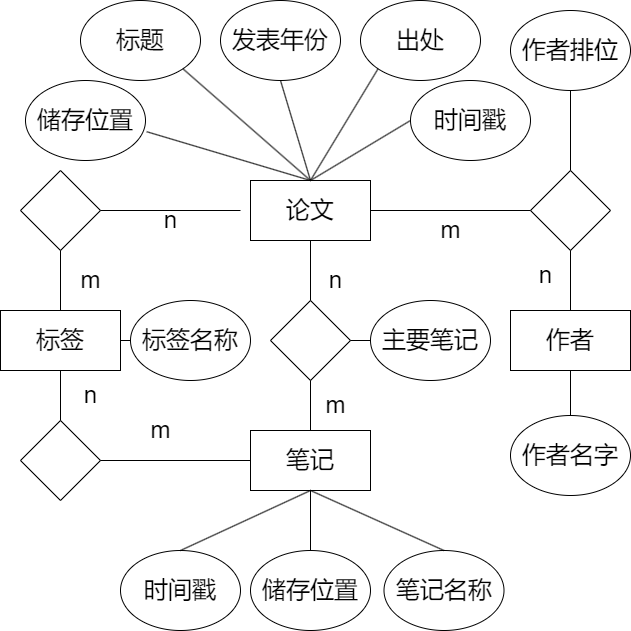
Jerrister/CS3321_LIME_Project keeps this draw.io diagram as documents/picture/RE.png. Above is the earlier version. Source tidied: cells renumbered, new cells last; positions are measured from the earlier drawing's top-left corner, leaving out a move shared by most shapes. Its diagram source:
```xml
<mxGraphModel>
  <root>
    <mxCell id="0" />
    <mxCell id="1" parent="0" />
    <mxCell id="2" value="&lt;font style=&quot;font-size: 24px;&quot;&gt;论文&lt;/font&gt;" style="whiteSpace=wrap;html=1;" parent="1" vertex="1">
      <mxGeometry x="250" y="180" width="120" height="60" as="geometry" />
    </mxCell>
    <mxCell id="3" style="rhombus;whiteSpace=wrap;html=1;" parent="1" vertex="1">
      <mxGeometry x="270" y="300" width="80" height="80" as="geometry" />
    </mxCell>
    <mxCell id="4" value="&lt;font style=&quot;font-size: 24px;&quot;&gt;n&lt;/font&gt;" style="text;html=1;align=center;verticalAlign=middle;strokeColor=none;fillColor=none;" parent="1" vertex="1">
      <mxGeometry x="315" y="260" width="40" height="40" as="geometry" />
    </mxCell>
    <mxCell id="5" style="endArrow=none;html=1;entryX=0.5;entryY=1;entryDx=0;entryDy=0;exitX=0.5;exitY=0;exitDx=0;exitDy=0;" parent="1" edge="1" source="3" target="2">
      <mxGeometry relative="1" as="geometry" />
    </mxCell>
    <mxCell id="6" value="&lt;font style=&quot;font-size: 24px;&quot;&gt;标题&lt;/font&gt;" style="ellipse;whiteSpace=wrap;html=1;" parent="1" vertex="1">
      <mxGeometry x="80" width="120" height="80" as="geometry" />
    </mxCell>
    <mxCell id="7" value="&lt;font style=&quot;font-size: 24px;&quot;&gt;发表年份&lt;/font&gt;" style="ellipse;whiteSpace=wrap;html=1;" parent="1" vertex="1">
      <mxGeometry x="220" width="120" height="80" as="geometry" />
    </mxCell>
    <mxCell id="8" value="&lt;font style=&quot;font-size: 24px;&quot;&gt;出处&lt;/font&gt;" style="ellipse;whiteSpace=wrap;html=1;" parent="1" vertex="1">
      <mxGeometry x="360" width="120" height="80" as="geometry" />
    </mxCell>
    <mxCell id="9" value="&lt;font style=&quot;font-size: 24px;&quot;&gt;储存位置&lt;/font&gt;" style="ellipse;whiteSpace=wrap;html=1;" parent="1" vertex="1">
      <mxGeometry x="25" y="80" width="120" height="80" as="geometry" />
    </mxCell>
    <mxCell id="10" style="endArrow=none;html=1;entryX=0.5;entryY=1;entryDx=0;entryDy=0;exitX=0.5;exitY=0;exitDx=0;exitDy=0;" parent="1" edge="1" source="11" target="3">
      <mxGeometry relative="1" as="geometry" />
    </mxCell>
    <mxCell id="11" value="&lt;font style=&quot;font-size: 24px;&quot;&gt;笔记&lt;/font&gt;" style="whiteSpace=wrap;html=1;" parent="1" vertex="1">
      <mxGeometry x="250" y="430" width="120" height="60" as="geometry" />
    </mxCell>
    <mxCell id="12" value="&lt;font style=&quot;font-size: 24px;&quot;&gt;时间戳&lt;/font&gt;" style="ellipse;whiteSpace=wrap;html=1;" parent="1" vertex="1">
      <mxGeometry x="120" y="550" width="120" height="80" as="geometry" />
    </mxCell>
    <mxCell id="13" value="&lt;font style=&quot;font-size: 24px;&quot;&gt;作者&lt;/font&gt;" style="whiteSpace=wrap;html=1;" parent="1" vertex="1">
      <mxGeometry x="510" y="310" width="120" height="60" as="geometry" />
    </mxCell>
    <mxCell id="14" style="rhombus;whiteSpace=wrap;html=1;" parent="1" vertex="1">
      <mxGeometry x="530" y="170" width="80" height="80" as="geometry" />
    </mxCell>
    <mxCell id="15" style="endArrow=none;html=1;exitX=1;exitY=0.5;exitDx=0;exitDy=0;entryX=0;entryY=0.5;entryDx=0;entryDy=0;" parent="1" edge="1" source="2" target="14">
      <mxGeometry relative="1" as="geometry" />
    </mxCell>
    <mxCell id="16" style="endArrow=none;html=1;exitX=0.5;exitY=1;exitDx=0;exitDy=0;entryX=0.5;entryY=0;entryDx=0;entryDy=0;" parent="1" edge="1" source="14" target="13">
      <mxGeometry relative="1" as="geometry" />
    </mxCell>
    <mxCell id="17" style="endArrow=none;html=1;entryX=0.5;entryY=0;entryDx=0;entryDy=0;exitX=0.5;exitY=1;exitDx=0;exitDy=0;" parent="1" edge="1" source="47" target="14">
      <mxGeometry relative="1" as="geometry" />
    </mxCell>
    <mxCell id="18" value="&lt;font style=&quot;font-size: 24px;&quot;&gt;标签&lt;/font&gt;" style="whiteSpace=wrap;html=1;" parent="1" vertex="1">
      <mxGeometry y="310" width="120" height="60" as="geometry" />
    </mxCell>
    <mxCell id="19" style="rhombus;whiteSpace=wrap;html=1;" parent="1" vertex="1">
      <mxGeometry x="20" y="170" width="80" height="80" as="geometry" />
    </mxCell>
    <mxCell id="20" style="endArrow=none;html=1;exitX=1;exitY=0.5;exitDx=0;exitDy=0;entryX=0;entryY=0.5;entryDx=0;entryDy=0;" parent="1" edge="1" source="19">
      <mxGeometry relative="1" as="geometry">
        <mxPoint x="240" y="210" as="targetPoint" />
      </mxGeometry>
    </mxCell>
    <mxCell id="21" style="endArrow=none;html=1;exitX=0.5;exitY=0;exitDx=0;exitDy=0;entryX=0.5;entryY=1;entryDx=0;entryDy=0;" parent="1" edge="1" source="18" target="19">
      <mxGeometry relative="1" as="geometry" />
    </mxCell>
    <mxCell id="22" style="rhombus;whiteSpace=wrap;html=1;" parent="1" vertex="1">
      <mxGeometry x="20" y="420" width="80" height="80" as="geometry" />
    </mxCell>
    <mxCell id="23" value="&lt;font style=&quot;font-size: 24px;&quot;&gt;m&lt;/font&gt;" style="text;html=1;align=center;verticalAlign=middle;strokeColor=none;fillColor=none;" parent="1" vertex="1">
      <mxGeometry x="315" y="385" width="40" height="40" as="geometry" />
    </mxCell>
    <mxCell id="24" style="endArrow=none;html=1;entryX=1;entryY=0.5;entryDx=0;entryDy=0;exitX=0;exitY=0.5;exitDx=0;exitDy=0;" parent="1" edge="1" source="11" target="22">
      <mxGeometry relative="1" as="geometry" />
    </mxCell>
    <mxCell id="25" value="&lt;font style=&quot;font-size: 24px;&quot;&gt;n&lt;/font&gt;" style="text;html=1;align=center;verticalAlign=middle;strokeColor=none;fillColor=none;" parent="1" vertex="1">
      <mxGeometry x="525" y="255" width="40" height="40" as="geometry" />
    </mxCell>
    <mxCell id="26" style="endArrow=none;html=1;exitX=1;exitY=0.5;exitDx=0;exitDy=0;entryX=0;entryY=0.5;entryDx=0;entryDy=0;" parent="1" edge="1" source="3" target="46">
      <mxGeometry relative="1" as="geometry" />
    </mxCell>
    <mxCell id="27" style="endArrow=none;html=1;entryX=1;entryY=1;entryDx=0;entryDy=0;exitX=0.5;exitY=0;exitDx=0;exitDy=0;" parent="1" edge="1" source="2" target="6">
      <mxGeometry relative="1" as="geometry" />
    </mxCell>
    <mxCell id="28" style="endArrow=none;html=1;entryX=0.5;entryY=1;entryDx=0;entryDy=0;" parent="1" edge="1" target="7">
      <mxGeometry relative="1" as="geometry">
        <mxPoint x="310" y="180" as="sourcePoint" />
      </mxGeometry>
    </mxCell>
    <mxCell id="29" style="endArrow=none;html=1;entryX=0;entryY=1;entryDx=0;entryDy=0;exitX=0.5;exitY=0;exitDx=0;exitDy=0;" parent="1" edge="1" source="2" target="8">
      <mxGeometry relative="1" as="geometry" />
    </mxCell>
    <mxCell id="30" style="endArrow=none;html=1;entryX=1.01;entryY=0.64;entryDx=0;entryDy=0;entryPerimeter=0;" parent="1" edge="1" target="9">
      <mxGeometry relative="1" as="geometry">
        <mxPoint x="310" y="180" as="sourcePoint" />
      </mxGeometry>
    </mxCell>
    <mxCell id="31" value="&lt;font style=&quot;font-size: 24px;&quot;&gt;储存位置&lt;/font&gt;" style="ellipse;whiteSpace=wrap;html=1;" parent="1" vertex="1">
      <mxGeometry x="250" y="550" width="120" height="80" as="geometry" />
    </mxCell>
    <mxCell id="32" style="endArrow=none;html=1;exitX=0.5;exitY=0;exitDx=0;exitDy=0;" parent="1" edge="1" source="12">
      <mxGeometry relative="1" as="geometry">
        <mxPoint x="310" y="490" as="targetPoint" />
      </mxGeometry>
    </mxCell>
    <mxCell id="33" style="endArrow=none;html=1;exitX=0.5;exitY=0;exitDx=0;exitDy=0;entryX=0.5;entryY=1;entryDx=0;entryDy=0;" parent="1" edge="1" source="31" target="11">
      <mxGeometry relative="1" as="geometry" />
    </mxCell>
    <mxCell id="34" value="&lt;font style=&quot;font-size: 24px;&quot;&gt;n&lt;/font&gt;" style="text;html=1;align=center;verticalAlign=middle;strokeColor=none;fillColor=none;" parent="1" vertex="1">
      <mxGeometry x="150" y="200" width="40" height="40" as="geometry" />
    </mxCell>
    <mxCell id="35" value="&lt;font style=&quot;font-size: 24px;&quot;&gt;m&lt;/font&gt;" style="text;html=1;align=center;verticalAlign=middle;strokeColor=none;fillColor=none;" parent="1" vertex="1">
      <mxGeometry x="70" y="260" width="40" height="40" as="geometry" />
    </mxCell>
    <mxCell id="36" value="&lt;font style=&quot;font-size: 24px;&quot;&gt;m&lt;/font&gt;" style="text;html=1;align=center;verticalAlign=middle;strokeColor=none;fillColor=none;" parent="1" vertex="1">
      <mxGeometry x="430" y="210" width="40" height="40" as="geometry" />
    </mxCell>
    <mxCell id="37" value="&lt;font style=&quot;font-size: 24px;&quot;&gt;标签名称&lt;/font&gt;" style="ellipse;whiteSpace=wrap;html=1;" parent="1" vertex="1">
      <mxGeometry x="130" y="300" width="120" height="80" as="geometry" />
    </mxCell>
    <mxCell id="38" value="&lt;font style=&quot;font-size: 24px;&quot;&gt;n&lt;/font&gt;" style="text;html=1;align=center;verticalAlign=middle;strokeColor=none;fillColor=none;" parent="1" vertex="1">
      <mxGeometry x="70" y="375" width="40" height="40" as="geometry" />
    </mxCell>
    <mxCell id="39" value="&lt;font style=&quot;font-size: 24px;&quot;&gt;m&lt;/font&gt;" style="text;html=1;align=center;verticalAlign=middle;strokeColor=none;fillColor=none;" parent="1" vertex="1">
      <mxGeometry x="140" y="410" width="40" height="40" as="geometry" />
    </mxCell>
    <mxCell id="40" value="&lt;font style=&quot;font-size: 24px;&quot;&gt;作者名字&lt;/font&gt;" style="ellipse;whiteSpace=wrap;html=1;" parent="1" vertex="1">
      <mxGeometry x="510" y="415" width="120" height="80" as="geometry" />
    </mxCell>
    <mxCell id="41" style="endArrow=none;html=1;entryX=0.5;entryY=0;entryDx=0;entryDy=0;exitX=0.5;exitY=1;exitDx=0;exitDy=0;" parent="1" edge="1" source="13" target="40">
      <mxGeometry relative="1" as="geometry" />
    </mxCell>
    <mxCell id="42" value="&lt;font style=&quot;font-size: 24px;&quot;&gt;笔记名称&lt;/font&gt;" style="ellipse;whiteSpace=wrap;html=1;" parent="1" vertex="1">
      <mxGeometry x="383.5" y="550" width="120" height="80" as="geometry" />
    </mxCell>
    <mxCell id="43" style="endArrow=none;html=1;entryX=0.5;entryY=1;entryDx=0;entryDy=0;exitX=0.5;exitY=0;exitDx=0;exitDy=0;" parent="1" edge="1" source="42" target="11">
      <mxGeometry relative="1" as="geometry" />
    </mxCell>
    <mxCell id="44" style="endArrow=none;html=1;entryX=0;entryY=0.5;entryDx=0;entryDy=0;exitX=1;exitY=0.5;exitDx=0;exitDy=0;" parent="1" edge="1" source="18" target="37">
      <mxGeometry relative="1" as="geometry" />
    </mxCell>
    <mxCell id="45" style="endArrow=none;html=1;entryX=0.5;entryY=1;entryDx=0;entryDy=0;exitX=0.5;exitY=0;exitDx=0;exitDy=0;" parent="1" edge="1" source="22" target="18">
      <mxGeometry relative="1" as="geometry" />
    </mxCell>
    <mxCell id="46" value="&lt;font style=&quot;font-size: 24px;&quot;&gt;主要笔记&lt;/font&gt;" style="ellipse;whiteSpace=wrap;html=1;" parent="1" vertex="1">
      <mxGeometry x="370" y="300" width="120" height="80" as="geometry" />
    </mxCell>
    <mxCell id="47" value="&lt;font style=&quot;font-size: 24px;&quot;&gt;作者排位&lt;/font&gt;" style="ellipse;whiteSpace=wrap;html=1;" parent="1" vertex="1">
      <mxGeometry x="510" y="10" width="120" height="80" as="geometry" />
    </mxCell>
    <mxCell id="48" value="&lt;font style=&quot;font-size: 24px;&quot;&gt;时间戳&lt;/font&gt;" style="ellipse;whiteSpace=wrap;html=1;" parent="1" vertex="1">
      <mxGeometry x="410" y="80" width="120" height="80" as="geometry" />
    </mxCell>
    <mxCell id="49" style="endArrow=none;html=1;entryX=0;entryY=0.5;entryDx=0;entryDy=0;exitX=0.5;exitY=0;exitDx=0;exitDy=0;" parent="1" edge="1" source="2" target="48">
      <mxGeometry relative="1" as="geometry" />
    </mxCell>
  </root>
</mxGraphModel>
```
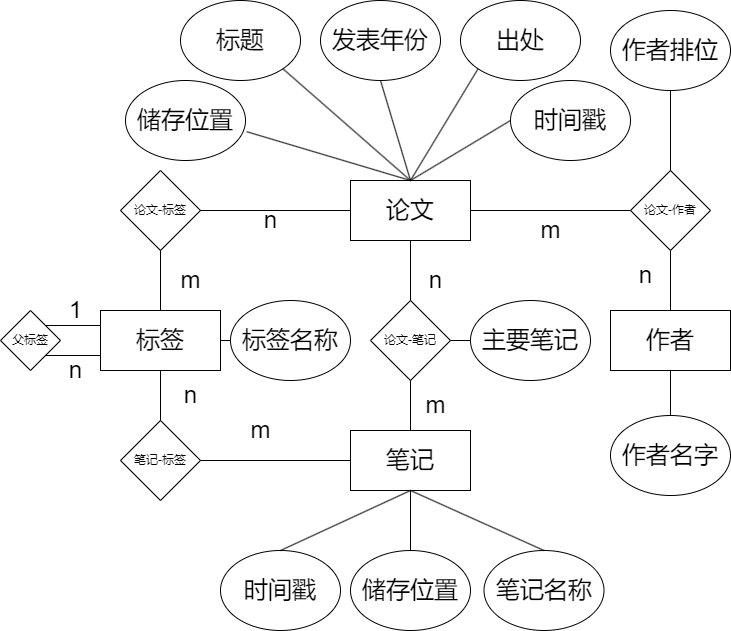
After the commit.

What changed in the source:
```diff
@@ -5,7 +5,7 @@
     <mxCell id="2" value="&lt;font style=&quot;font-size: 24px;&quot;&gt;论文&lt;/font&gt;" style="whiteSpace=wrap;html=1;" parent="1" vertex="1">
       <mxGeometry x="250" y="180" width="120" height="60" as="geometry" />
     </mxCell>
-    <mxCell id="3" style="rhombus;whiteSpace=wrap;html=1;" parent="1" vertex="1">
+    <mxCell id="3" value="论文-笔记" style="rhombus;whiteSpace=wrap;html=1;" parent="1" vertex="1">
       <mxGeometry x="270" y="300" width="80" height="80" as="geometry" />
     </mxCell>
     <mxCell id="4" value="&lt;font style=&quot;font-size: 24px;&quot;&gt;n&lt;/font&gt;" style="text;html=1;align=center;verticalAlign=middle;strokeColor=none;fillColor=none;" parent="1" vertex="1">
@@ -38,7 +38,7 @@
     <mxCell id="13" value="&lt;font style=&quot;font-size: 24px;&quot;&gt;作者&lt;/font&gt;" style="whiteSpace=wrap;html=1;" parent="1" vertex="1">
       <mxGeometry x="510" y="310" width="120" height="60" as="geometry" />
     </mxCell>
-    <mxCell id="14" style="rhombus;whiteSpace=wrap;html=1;" parent="1" vertex="1">
+    <mxCell id="14" value="论文-作者" style="rhombus;whiteSpace=wrap;html=1;" parent="1" vertex="1">
       <mxGeometry x="530" y="170" width="80" height="80" as="geometry" />
     </mxCell>
     <mxCell id="15" style="endArrow=none;html=1;exitX=1;exitY=0.5;exitDx=0;exitDy=0;entryX=0;entryY=0.5;entryDx=0;entryDy=0;" parent="1" edge="1" source="2" target="14">
@@ -53,18 +53,16 @@
     <mxCell id="18" value="&lt;font style=&quot;font-size: 24px;&quot;&gt;标签&lt;/font&gt;" style="whiteSpace=wrap;html=1;" parent="1" vertex="1">
       <mxGeometry y="310" width="120" height="60" as="geometry" />
     </mxCell>
-    <mxCell id="19" style="rhombus;whiteSpace=wrap;html=1;" parent="1" vertex="1">
+    <mxCell id="19" value="论文-标签" style="rhombus;whiteSpace=wrap;html=1;" parent="1" vertex="1">
       <mxGeometry x="20" y="170" width="80" height="80" as="geometry" />
     </mxCell>
-    <mxCell id="20" style="endArrow=none;html=1;exitX=1;exitY=0.5;exitDx=0;exitDy=0;entryX=0;entryY=0.5;entryDx=0;entryDy=0;" parent="1" edge="1" source="19">
-      <mxGeometry relative="1" as="geometry">
-        <mxPoint x="240" y="210" as="targetPoint" />
-      </mxGeometry>
+    <mxCell id="20" style="endArrow=none;html=1;exitX=1;exitY=0.5;exitDx=0;exitDy=0;entryX=0;entryY=0.5;entryDx=0;entryDy=0;" parent="1" edge="1" source="19" target="2">
+      <mxGeometry relative="1" as="geometry" />
     </mxCell>
     <mxCell id="21" style="endArrow=none;html=1;exitX=0.5;exitY=0;exitDx=0;exitDy=0;entryX=0.5;entryY=1;entryDx=0;entryDy=0;" parent="1" edge="1" source="18" target="19">
       <mxGeometry relative="1" as="geometry" />
     </mxCell>
-    <mxCell id="22" style="rhombus;whiteSpace=wrap;html=1;" parent="1" vertex="1">
+    <mxCell id="22" value="笔记-标签" style="rhombus;whiteSpace=wrap;html=1;" parent="1" vertex="1">
       <mxGeometry x="20" y="420" width="80" height="80" as="geometry" />
     </mxCell>
     <mxCell id="23" value="&lt;font style=&quot;font-size: 24px;&quot;&gt;m&lt;/font&gt;" style="text;html=1;align=center;verticalAlign=middle;strokeColor=none;fillColor=none;" parent="1" vertex="1">
@@ -154,5 +152,20 @@
     <mxCell id="49" style="endArrow=none;html=1;entryX=0;entryY=0.5;entryDx=0;entryDy=0;exitX=0.5;exitY=0;exitDx=0;exitDy=0;" parent="1" edge="1" source="2" target="48">
       <mxGeometry relative="1" as="geometry" />
     </mxCell>
+    <mxCell id="50" value="父标签" style="rhombus;whiteSpace=wrap;html=1;" parent="1" vertex="1">
+      <mxGeometry x="-100" y="310" width="60" height="60" as="geometry" />
+    </mxCell>
+    <mxCell id="51" style="endArrow=none;html=1;entryX=0;entryY=0.25;entryDx=0;entryDy=0;exitX=1;exitY=0;exitDx=0;exitDy=0;" parent="1" edge="1" source="50" target="18">
+      <mxGeometry relative="1" as="geometry" />
+    </mxCell>
+    <mxCell id="52" style="endArrow=none;html=1;entryX=0;entryY=0.75;entryDx=0;entryDy=0;exitX=1;exitY=1;exitDx=0;exitDy=0;" parent="1" edge="1" source="50" target="18">
+      <mxGeometry relative="1" as="geometry" />
+    </mxCell>
+    <mxCell id="53" value="&lt;font style=&quot;font-size: 24px;&quot;&gt;1&lt;/font&gt;" style="text;html=1;align=center;verticalAlign=middle;strokeColor=none;fillColor=none;" parent="1" vertex="1">
+      <mxGeometry x="-45" y="290" width="40" height="40" as="geometry" />
+    </mxCell>
+    <mxCell id="54" value="&lt;font style=&quot;font-size: 24px;&quot;&gt;n&lt;/font&gt;" style="text;html=1;align=center;verticalAlign=middle;strokeColor=none;fillColor=none;" parent="1" vertex="1">
+      <mxGeometry x="-45" y="350" width="40" height="40" as="geometry" />
+    </mxCell>
   </root>
 </mxGraphModel>
```
